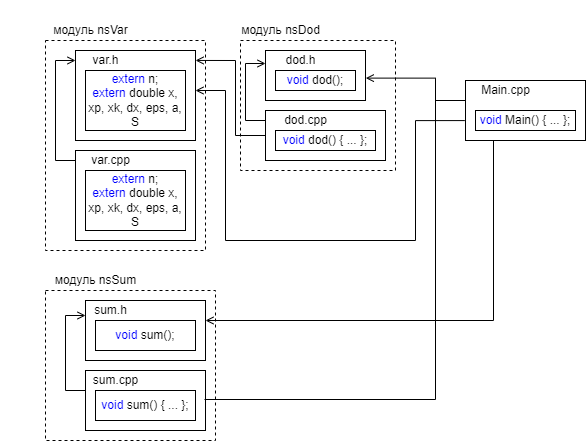
Earlier version of the draw.io export structure.png (fhctyw/Lab13.1). Source tidied: cells renumbered, new cells last; positions are measured from the earlier drawing's top-left corner, leaving out a move shared by most shapes.
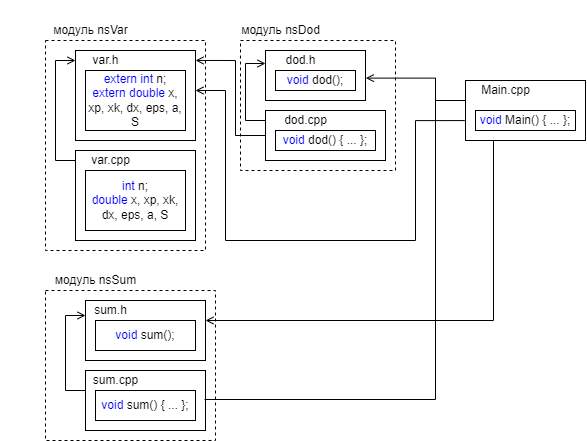
The same file after the commit.

What changed in the source:
```diff
@@ -14,7 +14,7 @@
     <mxCell id="5" style="rounded=0;whiteSpace=wrap;html=1;labelBackgroundColor=#ffffff;fontColor=#000000;strokeColor=default;fillColor=none;" parent="3" vertex="1">
       <mxGeometry width="120" height="90" as="geometry" />
     </mxCell>
-    <mxCell id="6" value="&lt;font color=&quot;#0000ff&quot;&gt;extern&lt;/font&gt; n;&lt;br&gt;&lt;font color=&quot;#0000ff&quot;&gt;extern &lt;/font&gt;double x, xp, xk, dx, eps, a, S" style="rounded=0;whiteSpace=wrap;html=1;labelBackgroundColor=#ffffff;fontColor=#000000;strokeColor=default;fillColor=none;" parent="3" vertex="1">
+    <mxCell id="6" value="&lt;font color=&quot;#0000ff&quot;&gt;extern&lt;/font&gt;&amp;nbsp;&lt;font color=&quot;#0000ff&quot;&gt;int &lt;/font&gt;n;&lt;br&gt;&lt;font color=&quot;#0000ff&quot;&gt;extern double &lt;/font&gt;x, xp, xk, dx, eps, a, S" style="rounded=0;whiteSpace=wrap;html=1;labelBackgroundColor=#ffffff;fontColor=#000000;strokeColor=default;fillColor=none;" parent="3" vertex="1">
       <mxGeometry x="10" y="20" width="100" height="60" as="geometry" />
     </mxCell>
     <mxCell id="7" style="group;rotation=90;" parent="1" vertex="1">
@@ -26,7 +26,7 @@
     <mxCell id="9" style="rounded=0;whiteSpace=wrap;html=1;labelBackgroundColor=#ffffff;fontColor=#000000;strokeColor=default;fillColor=none;" parent="7" vertex="1">
       <mxGeometry x="10" y="-10" width="120" height="90" as="geometry" />
     </mxCell>
-    <mxCell id="10" value="&lt;font color=&quot;#0000ff&quot;&gt;extern&lt;/font&gt; n;&lt;br&gt;&lt;font color=&quot;#0000ff&quot;&gt;extern &lt;/font&gt;double x, xp, xk, dx, eps, a, S" style="rounded=0;whiteSpace=wrap;html=1;labelBackgroundColor=#ffffff;fontColor=#000000;strokeColor=default;fillColor=none;" parent="7" vertex="1">
+    <mxCell id="10" value="&lt;font color=&quot;#0000ff&quot;&gt;int&lt;/font&gt; n;&lt;br&gt;&lt;font color=&quot;#0000ff&quot;&gt;double&amp;nbsp;&lt;/font&gt;x, xp, xk, dx, eps, a, S" style="rounded=0;whiteSpace=wrap;html=1;labelBackgroundColor=#ffffff;fontColor=#000000;strokeColor=default;fillColor=none;" parent="7" vertex="1">
       <mxGeometry x="20" y="10" width="100" height="60" as="geometry" />
     </mxCell>
     <mxCell id="11" style="rounded=0;whiteSpace=wrap;html=1;labelBackgroundColor=#ffffff;fontColor=#000000;strokeColor=default;fillColor=none;" parent="7" vertex="1">
```
